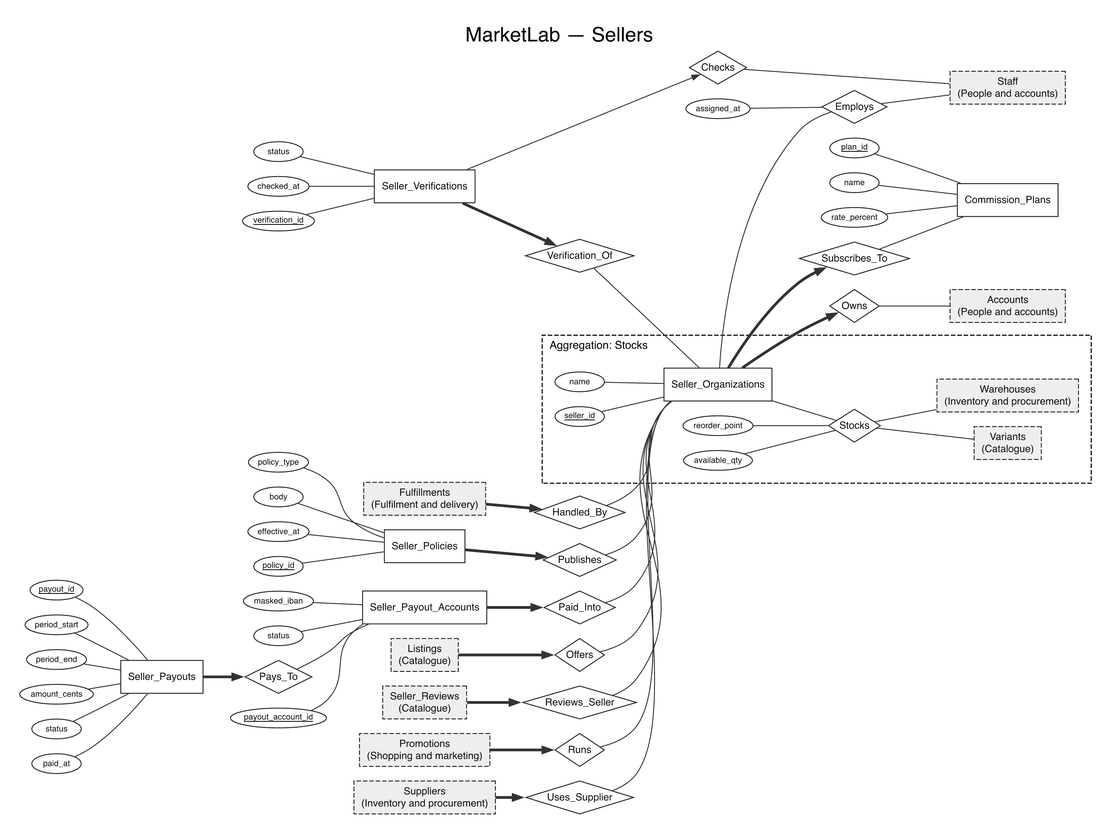
Before: docs/er/area-sellers.png, a diagram exported from Graphviz (Barlassen/CS_202_Project). Its source is kept beside it as docs/er/area-sellers.dot. Its diagram source:
```dot
digraph ER {
graph [compound=true, rankdir=TB, newrank=true, nodesep=0.22, ranksep=0.42, fontname="Helvetica", fontsize=22, labelloc=t, label="MarketLab — Sellers", pad=0.3];
node [fontname="Helvetica", fontsize=11, color="#222222", fontcolor="#111111"];
edge [color="#333333", arrowsize=0.8, fontname="Helvetica", fontsize=9];
E_accounts [shape=box, style="filled,dashed", fillcolor="#eeeeee", penwidth=1, label="Accounts
(People and accounts)"];
E_commission_plans [shape=box, penwidth=1, label="Commission_Plans"];
A__commission_plans__plan_id [shape=ellipse, fontsize=9, margin="0.04,0.02", height=0.3, label=<<U>plan_id</U>>];
A__commission_plans__plan_id -> E_commission_plans [dir=none];
A__commission_plans__name [shape=ellipse, fontsize=9, margin="0.04,0.02", height=0.3, label="name"];
A__commission_plans__name -> E_commission_plans [dir=none];
A__commission_plans__rate_percent [shape=ellipse, fontsize=9, margin="0.04,0.02", height=0.3, label="rate_percent"];
A__commission_plans__rate_percent -> E_commission_plans [dir=none];
E_fulfillments [shape=box, style="filled,dashed", fillcolor="#eeeeee", penwidth=1, label="Fulfillments
(Fulfilment and delivery)"];
E_listings [shape=box, style="filled,dashed", fillcolor="#eeeeee", penwidth=1, label="Listings
(Catalogue)"];
E_promotions [shape=box, style="filled,dashed", fillcolor="#eeeeee", penwidth=1, label="Promotions
(Shopping and marketing)"];
E_seller_payout_accounts [shape=box, penwidth=1, label="Seller_Payout_Accounts"];
A__seller_payout_accounts__payout_account_id [shape=ellipse, fontsize=9, margin="0.04,0.02", height=0.3, label=<<U>payout_account_id</U>>];
A__seller_payout_accounts__payout_account_id -> E_seller_payout_accounts [dir=none];
A__seller_payout_accounts__masked_iban [shape=ellipse, fontsize=9, margin="0.04,0.02", height=0.3, label="masked_iban"];
A__seller_payout_accounts__masked_iban -> E_seller_payout_accounts [dir=none];
A__seller_payout_accounts__status [shape=ellipse, fontsize=9, margin="0.04,0.02", height=0.3, label="status"];
A__seller_payout_accounts__status -> E_seller_payout_accounts [dir=none];
E_seller_payouts [shape=box, penwidth=1, label="Seller_Payouts"];
A__seller_payouts__payout_id [shape=ellipse, fontsize=9, margin="0.04,0.02", height=0.3, label=<<U>payout_id</U>>];
A__seller_payouts__payout_id -> E_seller_payouts [dir=none];
A__seller_payouts__period_start [shape=ellipse, fontsize=9, margin="0.04,0.02", height=0.3, label="period_start"];
A__seller_payouts__period_start -> E_seller_payouts [dir=none];
A__seller_payouts__period_end [shape=ellipse, fontsize=9, margin="0.04,0.02", height=0.3, label="period_end"];
A__seller_payouts__period_end -> E_seller_payouts [dir=none];
A__seller_payouts__amount_cents [shape=ellipse, fontsize=9, margin="0.04,0.02", height=0.3, label="amount_cents"];
A__seller_payouts__amount_cents -> E_seller_payouts [dir=none];
A__seller_payouts__status [shape=ellipse, fontsize=9, margin="0.04,0.02", height=0.3, label="status"];
A__seller_payouts__status -> E_seller_payouts [dir=none];
A__seller_payouts__paid_at [shape=ellipse, fontsize=9, margin="0.04,0.02", height=0.3, label="paid_at"];
A__seller_payouts__paid_at -> E_seller_payouts [dir=none];
E_seller_policies [shape=box, penwidth=1, label="Seller_Policies"];
A__seller_policies__policy_id [shape=ellipse, fontsize=9, margin="0.04,0.02", height=0.3, label=<<U>policy_id</U>>];
A__seller_policies__policy_id -> E_seller_policies [dir=none];
A__seller_policies__policy_type [shape=ellipse, fontsize=9, margin="0.04,0.02", height=0.3, label="policy_type"];
A__seller_policies__policy_type -> E_seller_policies [dir=none];
A__seller_policies__body [shape=ellipse, fontsize=9, margin="0.04,0.02", height=0.3, label="body"];
A__seller_policies__body -> E_seller_policies [dir=none];
A__seller_policies__effective_at [shape=ellipse, fontsize=9, margin="0.04,0.02", height=0.3, label="effective_at"];
A__seller_policies__effective_at -> E_seller_policies [dir=none];
E_seller_reviews [shape=box, style="filled,dashed", fillcolor="#eeeeee", penwidth=1, label="Seller_Reviews
(Catalogue)"];
E_seller_verifications [shape=box, penwidth=1, label="Seller_Verifications"];
A__seller_verifications__verification_id [shape=ellipse, fontsize=9, margin="0.04,0.02", height=0.3, label=<<U>verification_id</U>>];
A__seller_verifications__verification_id -> E_seller_verifications [dir=none];
A__seller_verifications__status [shape=ellipse, fontsize=9, margin="0.04,0.02", height=0.3, label="status"];
A__seller_verifications__status -> E_seller_verifications [dir=none];
A__seller_verifications__checked_at [shape=ellipse, fontsize=9, margin="0.04,0.02", height=0.3, label="checked_at"];
A__seller_verifications__checked_at -> E_seller_verifications [dir=none];
E_staff [shape=box, style="filled,dashed", fillcolor="#eeeeee", penwidth=1, label="Staff
(People and accounts)"];
E_suppliers [shape=box, style="filled,dashed", fillcolor="#eeeeee", penwidth=1, label="Suppliers
(Inventory and procurement)"];
subgraph cluster_agg { style=dashed; color="#222222"; penwidth=1.4; margin=14; label="Aggregation: Stocks"; fontsize=12; labeljust=l;
E_seller_organizations [shape=box, penwidth=1, label="Seller_Organizations"];
A__seller_organizations__seller_id [shape=ellipse, fontsize=9, margin="0.04,0.02", height=0.3, label=<<U>seller_id</U>>];
A__seller_organizations__seller_id -> E_seller_organizations [dir=none];
A__seller_organizations__name [shape=ellipse, fontsize=9, margin="0.04,0.02", height=0.3, label="name"];
A__seller_organizations__name -> E_seller_organizations [dir=none];
E_variants [shape=box, style="filled,dashed", fillcolor="#eeeeee", penwidth=1, label="Variants
(Catalogue)"];
E_warehouses [shape=box, style="filled,dashed", fillcolor="#eeeeee", penwidth=1, label="Warehouses
(Inventory and procurement)"];
R98 [shape=diamond, penwidth=1, margin="0.02,0.02", label="Stocks"];
RA98__available_qty [shape=ellipse, fontsize=9, margin="0.04,0.02", height=0.3, label="available_qty"];
RA98__available_qty -> R98 [dir=none];
RA98__reorder_point [shape=ellipse, fontsize=9, margin="0.04,0.02", height=0.3, label="reorder_point"];
RA98__reorder_point -> R98 [dir=none];
E_seller_organizations -> R98 [dir=none];
R98 -> E_variants [dir=none];
R98 -> E_warehouses [dir=none];
}
R4 [shape=diamond, penwidth=1, margin="0.02,0.02", label="Subscribes_To"];
E_seller_organizations -> R4 [dir=forward, arrowhead=normal, penwidth=3];
R4 -> E_commission_plans [dir=none];
R5 [shape=diamond, penwidth=1, margin="0.02,0.02", label="Owns"];
E_seller_organizations -> R5 [dir=forward, arrowhead=normal, penwidth=3];
R5 -> E_accounts [dir=none];
R6 [shape=diamond, penwidth=1, margin="0.02,0.02", label="Checks"];
E_seller_verifications -> R6 [dir=forward, arrowhead=normal];
R6 -> E_staff [dir=none];
R7 [shape=diamond, penwidth=1, margin="0.02,0.02", label="Verification_Of"];
E_seller_verifications -> R7 [dir=forward, arrowhead=normal, penwidth=3];
R7 -> E_seller_organizations [dir=none];
R8 [shape=diamond, penwidth=1, margin="0.02,0.02", label="Publishes"];
E_seller_policies -> R8 [dir=forward, arrowhead=normal, penwidth=3];
R8 -> E_seller_organizations [dir=none];
R9 [shape=diamond, penwidth=1, margin="0.02,0.02", label="Paid_Into"];
E_seller_payout_accounts -> R9 [dir=forward, arrowhead=normal, penwidth=3];
R9 -> E_seller_organizations [dir=none];
R10 [shape=diamond, penwidth=1, margin="0.02,0.02", label="Pays_To"];
E_seller_payouts -> R10 [dir=forward, arrowhead=normal, penwidth=3];
R10 -> E_seller_payout_accounts [dir=none];
R24 [shape=diamond, penwidth=1, margin="0.02,0.02", label="Offers"];
E_listings -> R24 [dir=forward, arrowhead=normal, penwidth=3];
R24 -> E_seller_organizations [dir=none];
R32 [shape=diamond, penwidth=1, margin="0.02,0.02", label="Reviews_Seller"];
E_seller_reviews -> R32 [dir=forward, arrowhead=normal, penwidth=3];
R32 -> E_seller_organizations [dir=none];
R35 [shape=diamond, penwidth=1, margin="0.02,0.02", label="Runs"];
E_promotions -> R35 [dir=forward, arrowhead=normal, penwidth=3];
R35 -> E_seller_organizations [dir=none];
R47 [shape=diamond, penwidth=1, margin="0.02,0.02", label="Uses_Supplier"];
E_suppliers -> R47 [dir=forward, arrowhead=normal, penwidth=3];
R47 -> E_seller_organizations [dir=none];
R72 [shape=diamond, penwidth=1, margin="0.02,0.02", label="Handled_By"];
E_fulfillments -> R72 [dir=forward, arrowhead=normal, penwidth=3];
R72 -> E_seller_organizations [dir=none];
R91 [shape=diamond, penwidth=1, margin="0.02,0.02", label="Employs"];
RA91__assigned_at [shape=ellipse, fontsize=9, margin="0.04,0.02", height=0.3, label="assigned_at"];
RA91__assigned_at -> R91 [dir=none];
E_seller_organizations -> R91 [dir=none];
R91 -> E_staff [dir=none];
}
```
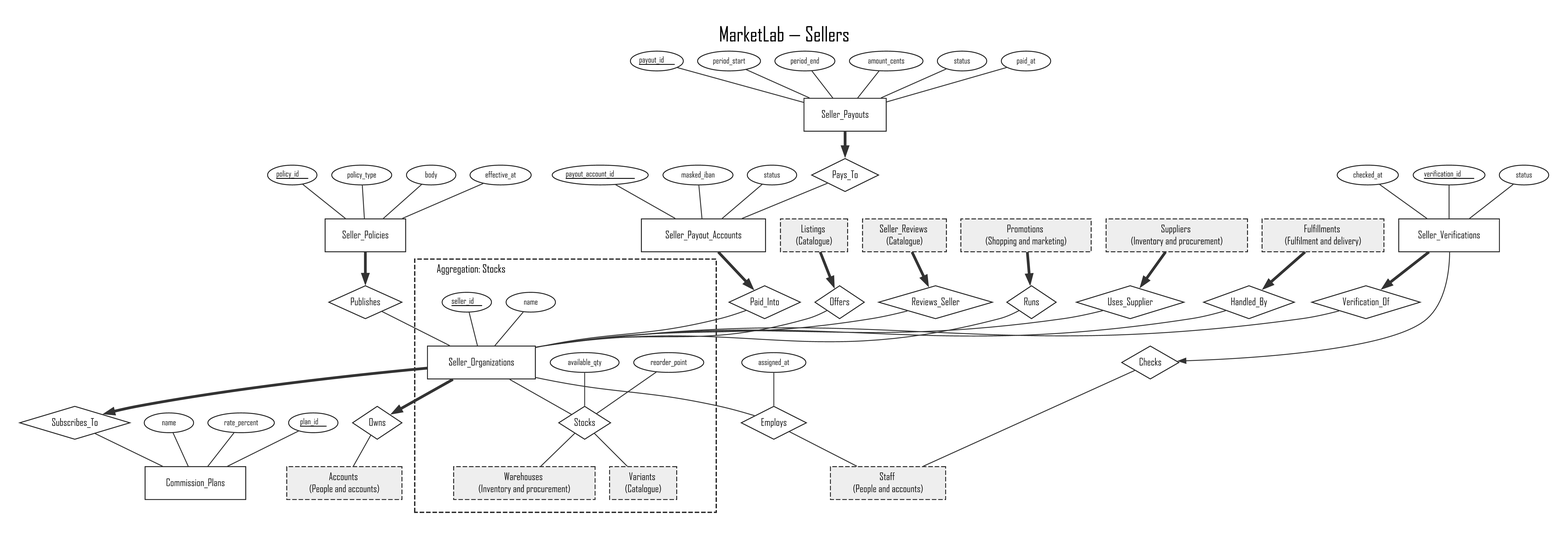
After the change.

Diff of the diagram source:
```diff
@@ -69,14 +69,14 @@
 (Catalogue)"];
 E_warehouses [shape=box, style="filled,dashed", fillcolor="#eeeeee", penwidth=1, label="Warehouses
 (Inventory and procurement)"];
-R98 [shape=diamond, penwidth=1, margin="0.02,0.02", label="Stocks"];
-RA98__available_qty [shape=ellipse, fontsize=9, margin="0.04,0.02", height=0.3, label="available_qty"];
-RA98__available_qty -> R98 [dir=none];
-RA98__reorder_point [shape=ellipse, fontsize=9, margin="0.04,0.02", height=0.3, label="reorder_point"];
-RA98__reorder_point -> R98 [dir=none];
-E_seller_organizations -> R98 [dir=none];
-R98 -> E_variants [dir=none];
-R98 -> E_warehouses [dir=none];
+R94 [shape=diamond, penwidth=1, margin="0.02,0.02", label="Stocks"];
+RA94__available_qty [shape=ellipse, fontsize=9, margin="0.04,0.02", height=0.3, label="available_qty"];
+RA94__available_qty -> R94 [dir=none];
+RA94__reorder_point [shape=ellipse, fontsize=9, margin="0.04,0.02", height=0.3, label="reorder_point"];
+RA94__reorder_point -> R94 [dir=none];
+E_seller_organizations -> R94 [dir=none];
+R94 -> E_variants [dir=none];
+R94 -> E_warehouses [dir=none];
 }
 R4 [shape=diamond, penwidth=1, margin="0.02,0.02", label="Subscribes_To"];
 E_seller_organizations -> R4 [dir=forward, arrowhead=normal, penwidth=3];
@@ -111,12 +111,12 @@
 R47 [shape=diamond, penwidth=1, margin="0.02,0.02", label="Uses_Supplier"];
 E_suppliers -> R47 [dir=forward, arrowhead=normal, penwidth=3];
 R47 -> E_seller_organizations [dir=none];
-R72 [shape=diamond, penwidth=1, margin="0.02,0.02", label="Handled_By"];
-E_fulfillments -> R72 [dir=forward, arrowhead=normal, penwidth=3];
-R72 -> E_seller_organizations [dir=none];
-R91 [shape=diamond, penwidth=1, margin="0.02,0.02", label="Employs"];
-RA91__assigned_at [shape=ellipse, fontsize=9, margin="0.04,0.02", height=0.3, label="assigned_at"];
-RA91__assigned_at -> R91 [dir=none];
-E_seller_organizations -> R91 [dir=none];
-R91 -> E_staff [dir=none];
+R71 [shape=diamond, penwidth=1, margin="0.02,0.02", label="Handled_By"];
+E_fulfillments -> R71 [dir=forward, arrowhead=normal, penwidth=3];
+R71 -> E_seller_organizations [dir=none];
+R87 [shape=diamond, penwidth=1, margin="0.02,0.02", label="Employs"];
+RA87__assigned_at [shape=ellipse, fontsize=9, margin="0.04,0.02", height=0.3, label="assigned_at"];
+RA87__assigned_at -> R87 [dir=none];
+E_seller_organizations -> R87 [dir=none];
+R87 -> E_staff [dir=none];
 }
```
